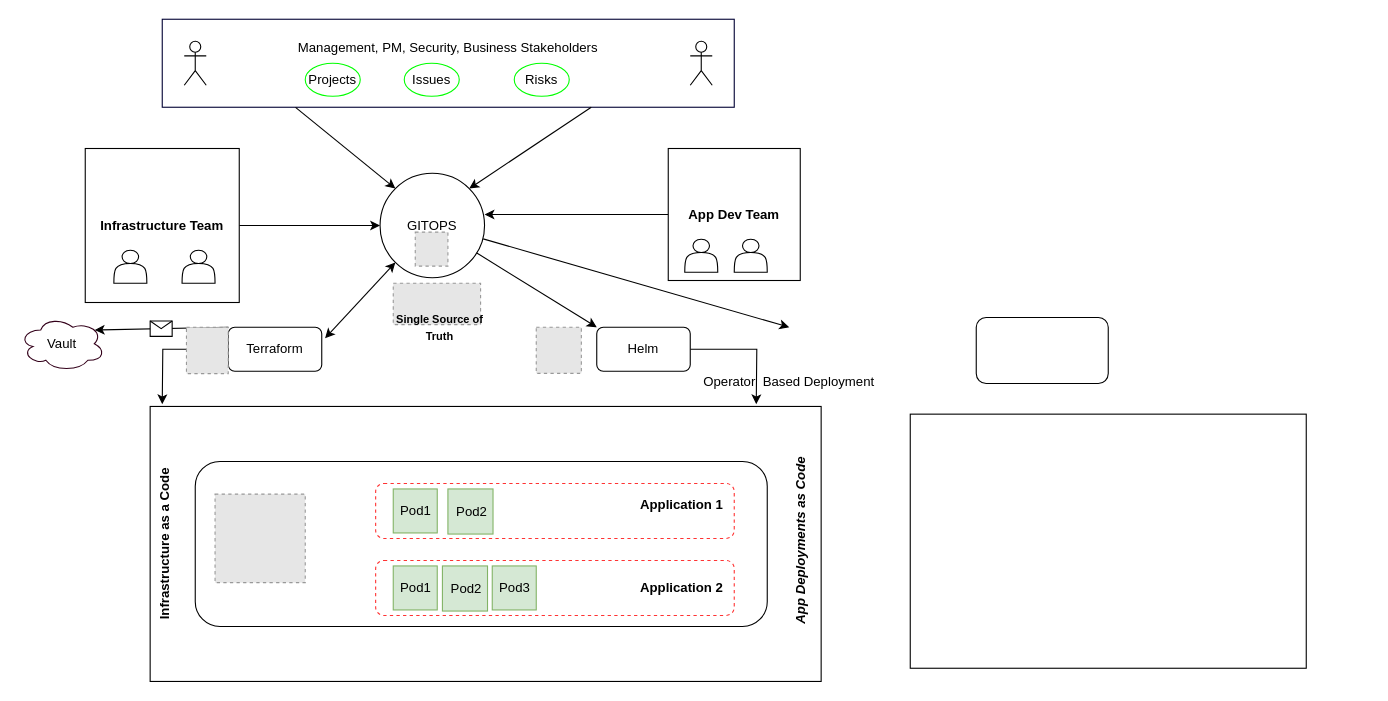
The draw.io diagram Untitled Diagram.drawio in Bhoopesh123/kubernetes, before the edit. Source tidied: cells renumbered, new cells numbered last; positions are measured from the earlier drawing's top-left corner, leaving out a move shared by most shapes. Both pictures are drawn from the tidied source at 110%, with x=0, y=0 at pixel (19, 19). Pictures stored in the file or linked from it are replaced by grey dashed boxes.
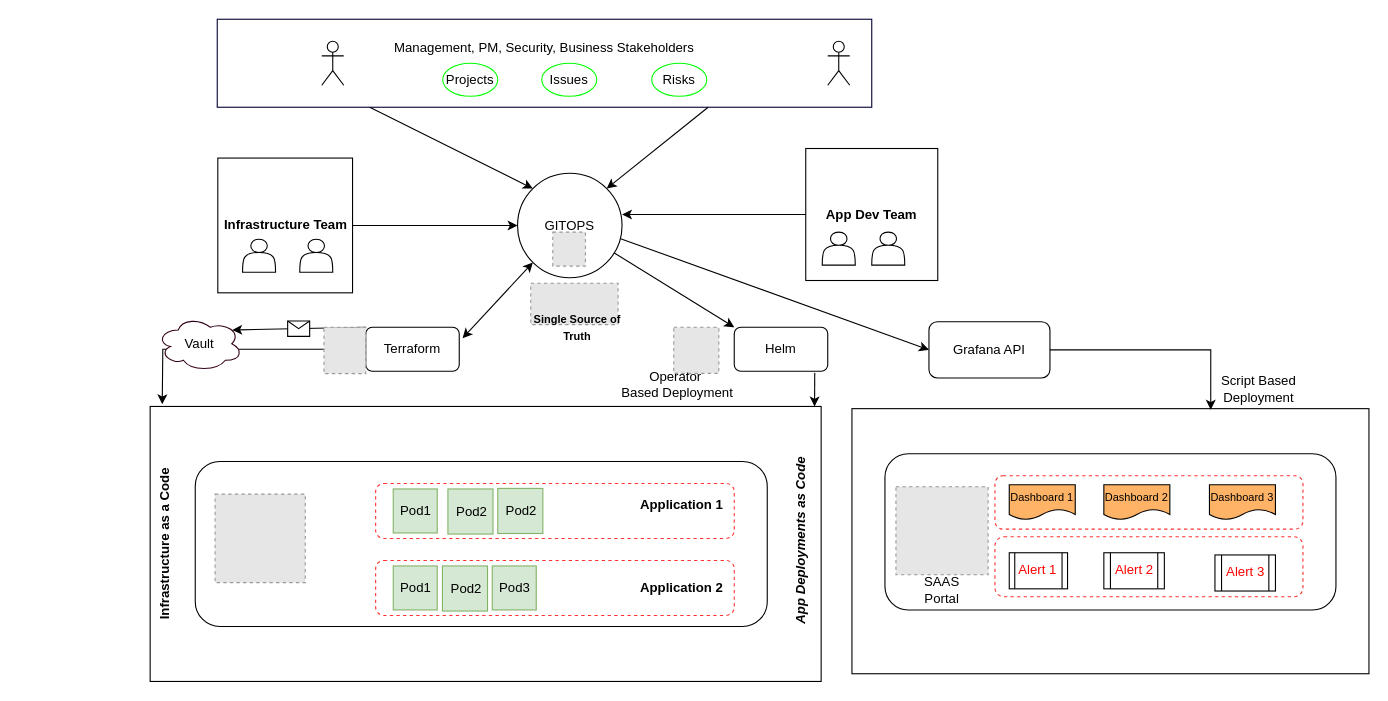
The same page after the edit.

What changed in the source:
```diff
@@
     <mxCell id="2" value="GITOPS&lt;br&gt;" style="ellipse;whiteSpace=wrap;html=1;" parent="1" vertex="1">
-      <mxGeometry x="328" y="140" width="95" height="95" as="geometry" />
+      <mxGeometry x="453" y="140" width="95" height="95" as="geometry" />
     </mxCell>
     <mxCell id="3" value="Management, PM, Security, Business Stakeholders&lt;br&gt;&lt;br&gt;&lt;br&gt;" style="rounded=0;whiteSpace=wrap;html=1;strokeColor=#000033;" parent="1" vertex="1">
-      <mxGeometry x="130" width="520" height="80" as="geometry" />
+      <mxGeometry x="180" width="595" height="80" as="geometry" />
     </mxCell>
     <mxCell id="4" style="shape=umlActor;verticalLabelPosition=bottom;verticalAlign=top;html=1;" parent="1" vertex="1">
-      <mxGeometry x="150" y="20" width="20" height="40" as="geometry" />
+      <mxGeometry x="275" y="20" width="20" height="40" as="geometry" />
     </mxCell>
     <mxCell id="5" style="shape=umlActor;verticalLabelPosition=bottom;verticalAlign=top;html=1;" parent="1" vertex="1">
-      <mxGeometry x="610" y="20" width="20" height="40" as="geometry" />
+      <mxGeometry x="735" y="20" width="20" height="40" as="geometry" />
     </mxCell>
     <mxCell id="6" value="Projects" style="ellipse;whiteSpace=wrap;html=1;strokeColor=#00FF00;" parent="1" vertex="1">
-      <mxGeometry x="260" y="40" width="50" height="30" as="geometry" />
+      <mxGeometry x="385" y="40" width="50" height="30" as="geometry" />
     </mxCell>
     <mxCell id="7" value="Issues" style="ellipse;whiteSpace=wrap;html=1;strokeColor=#00FF00;" parent="1" vertex="1">
-      <mxGeometry x="350" y="40" width="50" height="30" as="geometry" />
+      <mxGeometry x="475" y="40" width="50" height="30" as="geometry" />
     </mxCell>
     <mxCell id="8" value="Risks" style="ellipse;whiteSpace=wrap;html=1;strokeColor=#00FF00;" parent="1" vertex="1">
-      <mxGeometry x="450" y="40" width="50" height="30" as="geometry" />
+      <mxGeometry x="575" y="40" width="50" height="30" as="geometry" />
     </mxCell>
     <mxCell id="9" style="fillColor=#E6E6E6;strokeColor=#999999;dashed=1;verticalLabelPosition=bottom;labelBackgroundColor=#ffffff;verticalAlign=top;" parent="1" vertex="1">
-      <mxGeometry x="360" y="193.5" width="29.7" height="30.9" as="geometry" />
+      <mxGeometry x="485" y="193.5" width="29.7" height="30.9" as="geometry" />
     </mxCell>
     <mxCell id="10" style="edgeStyle=orthogonalEdgeStyle;rounded=0;jettySize=auto;html=1;entryX=1;entryY=0.5;entryDx=0;entryDy=0;" parent="1" edge="1" source="11">
       <mxGeometry relative="1" as="geometry">
-        <mxPoint x="423" y="177.5" as="targetPoint" />
+        <mxPoint x="548" y="177.5" as="targetPoint" />
       </mxGeometry>
     </mxCell>
     <mxCell id="11" value="&lt;b&gt;App Dev Team&lt;/b&gt;" style="whiteSpace=wrap;html=1;" parent="1" vertex="1">
-      <mxGeometry x="590" y="117.5" width="120" height="120" as="geometry" />
+      <mxGeometry x="715" y="117.5" width="120" height="120" as="geometry" />
     </mxCell>
@@
     <mxCell id="13" value="&lt;b&gt;Infrastructure Team&lt;/b&gt;" style="whiteSpace=wrap;html=1;" parent="1" vertex="1">
-      <mxGeometry x="60" y="117.5" width="140" height="140" as="geometry" />
+      <mxGeometry x="180.5" y="126.2" width="122.5" height="122.5" as="geometry" />
     </mxCell>
     <mxCell id="14" style="shape=actor;whiteSpace=wrap;html=1;" parent="1" vertex="1">
-      <mxGeometry x="86" y="210" width="30" height="30" as="geometry" />
+      <mxGeometry x="203" y="200" width="30" height="30" as="geometry" />
     </mxCell>
     <mxCell id="15" style="shape=actor;whiteSpace=wrap;html=1;" parent="1" vertex="1">
-      <mxGeometry x="650" y="200" width="30" height="30" as="geometry" />
+      <mxGeometry x="775" y="193.5" width="30" height="30" as="geometry" />
     </mxCell>
     <mxCell id="16" style="shape=actor;whiteSpace=wrap;html=1;" parent="1" vertex="1">
-      <mxGeometry x="605" y="200" width="30" height="30" as="geometry" />
+      <mxGeometry x="730" y="193.5" width="30" height="30" as="geometry" />
     </mxCell>
     <mxCell id="17" style="shape=actor;whiteSpace=wrap;html=1;" parent="1" vertex="1">
-      <mxGeometry x="148" y="210" width="30" height="30" as="geometry" />
+      <mxGeometry x="255" y="200" width="30" height="30" as="geometry" />
     </mxCell>
@@
     <mxCell id="19" value="Terraform" style="rounded=1;whiteSpace=wrap;html=1;" parent="1" vertex="1">
-      <mxGeometry x="190" y="280" width="85" height="40" as="geometry" />
+      <mxGeometry x="315" y="280" width="85" height="40" as="geometry" />
     </mxCell>
-    <mxCell id="20" style="edgeStyle=orthogonalEdgeStyle;rounded=0;jettySize=auto;html=1;" parent="1" edge="1" source="21">
-      <mxGeometry relative="1" as="geometry">
-        <mxPoint x="670" y="350" as="targetPoint" />
-      </mxGeometry>
-    </mxCell>
     <mxCell id="21" value="Helm" style="rounded=1;whiteSpace=wrap;html=1;" parent="1" vertex="1">
-      <mxGeometry x="525" y="280" width="85" height="40" as="geometry" />
+      <mxGeometry x="650" y="280" width="85" height="40" as="geometry" />
     </mxCell>
@@
     <mxCell id="33" style="endArrow=classic;startArrow=classic;html=1;entryX=0;entryY=1;entryDx=0;entryDy=0;" parent="1" edge="1" target="2">
       <mxGeometry relative="1" as="geometry">
-        <mxPoint x="278" y="290" as="sourcePoint" />
+        <mxPoint x="403" y="290" as="sourcePoint" />
       </mxGeometry>
     </mxCell>
@@
     <mxCell id="35" value="Vault" style="ellipse;shape=cloud;whiteSpace=wrap;html=1;strokeColor=#33001A;align=center;" parent="1" vertex="1">
-      <mxGeometry y="270" width="78" height="50" as="geometry" />
+      <mxGeometry x="125" y="270" width="78" height="50" as="geometry" />
     </mxCell>
@@
     <mxCell id="38" style="fillColor=#E6E6E6;strokeColor=#999999;dashed=1;verticalLabelPosition=bottom;labelBackgroundColor=#ffffff;verticalAlign=top;" parent="1" vertex="1">
-      <mxGeometry x="470" y="280" width="41" height="41.9" as="geometry" />
+      <mxGeometry x="595" y="280" width="41" height="41.9" as="geometry" />
     </mxCell>
     <mxCell id="39" style="fillColor=#E6E6E6;strokeColor=#999999;dashed=1;verticalLabelPosition=bottom;labelBackgroundColor=#ffffff;verticalAlign=top;" parent="1" vertex="1">
-      <mxGeometry x="152" y="280" width="38" height="42.2" as="geometry" />
+      <mxGeometry x="277" y="280" width="38" height="42.2" as="geometry" />
     </mxCell>
     <mxCell id="40" style="fillColor=#E6E6E6;strokeColor=#999999;dashed=1;verticalLabelPosition=bottom;labelBackgroundColor=#ffffff;verticalAlign=top;" parent="1" vertex="1">
-      <mxGeometry x="340" y="240" width="79.4" height="37.6" as="geometry" />
+      <mxGeometry x="465" y="240" width="79.4" height="37.6" as="geometry" />
     </mxCell>
     <mxCell id="41" value="&lt;font size=&quot;1&quot;&gt;&lt;b&gt;Single Source of Truth&lt;/b&gt;&lt;/font&gt;" style="text;html=1;strokeColor=none;fillColor=none;align=center;verticalAlign=middle;whiteSpace=wrap;rounded=0;" parent="1" vertex="1">
-      <mxGeometry x="340" y="270" width="84.5" height="20" as="geometry" />
+      <mxGeometry x="465" y="270" width="84.5" height="20" as="geometry" />
     </mxCell>
@@
-    <mxCell id="46" value="Operator&amp;nbsp; Based Deployment" style="text;html=1;strokeColor=none;fillColor=none;align=center;verticalAlign=middle;whiteSpace=wrap;rounded=0;" parent="1" vertex="1">
-      <mxGeometry x="610" y="320" width="180" height="20" as="geometry" />
+    <mxCell id="46" value="Operator&amp;nbsp; &lt;br&gt;Based Deployment" style="text;html=1;strokeColor=none;fillColor=none;align=center;verticalAlign=middle;whiteSpace=wrap;rounded=0;" parent="1" vertex="1">
+      <mxGeometry x="525.5" y="322.2" width="144.5" height="20" as="geometry" />
     </mxCell>
-    <mxCell id="47" style="endArrow=classic;html=1;exitX=0.987;exitY=0.628;exitDx=0;exitDy=0;exitPerimeter=0;" parent="1" edge="1" source="2">
-      <mxGeometry relative="1" as="geometry">
-        <mxPoint x="700" y="280" as="targetPoint" />
-      </mxGeometry>
-    </mxCell>
     <mxCell id="48" style="rounded=0;whiteSpace=wrap;html=1;" parent="1" vertex="1">
-      <mxGeometry x="810" y="359" width="360" height="231" as="geometry" />
+      <mxGeometry x="757" y="354" width="470" height="241" as="geometry" />
     </mxCell>
-    <mxCell id="49" style="rounded=1;whiteSpace=wrap;html=1;" parent="1" vertex="1">
-      <mxGeometry x="870" y="271.1" width="120" height="60" as="geometry" />
+    <mxCell id="49" value="Grafana API" style="rounded=1;whiteSpace=wrap;html=1;" parent="1" vertex="1">
+      <mxGeometry x="827" y="275" width="110" height="51.1" as="geometry" />
     </mxCell>
+    <mxCell id="50" style="edgeStyle=orthogonalEdgeStyle;rounded=0;jettySize=auto;html=1;exitX=1;exitY=0.5;exitDx=0;exitDy=0;entryX=0.694;entryY=0.004;entryDx=0;entryDy=0;entryPerimeter=0;" parent="1" edge="1" source="49" target="48">
+      <mxGeometry relative="1" as="geometry" />
+    </mxCell>
+    <mxCell id="51" value="Script Based &lt;br&gt;Deployment" style="text;html=1;strokeColor=none;fillColor=none;align=center;verticalAlign=middle;whiteSpace=wrap;rounded=0;" parent="1" vertex="1">
+      <mxGeometry x="1037" y="326.1" width="180" height="20" as="geometry" />
+    </mxCell>
+    <mxCell id="52" style="endArrow=classic;html=1;entryX=0;entryY=0.5;entryDx=0;entryDy=0;exitX=0.986;exitY=0.626;exitDx=0;exitDy=0;exitPerimeter=0;" parent="1" edge="1" source="2" target="49">
+      <mxGeometry relative="1" as="geometry" />
+    </mxCell>
+    <mxCell id="53" style="rounded=1;whiteSpace=wrap;html=1;align=right;" parent="1" vertex="1">
+      <mxGeometry x="787" y="395" width="410" height="142" as="geometry" />
+    </mxCell>
+    <mxCell id="54" style="fillColor=#E6E6E6;strokeColor=#999999;dashed=1;verticalLabelPosition=bottom;labelBackgroundColor=#ffffff;verticalAlign=top;" parent="1" vertex="1">
+      <mxGeometry x="797" y="425" width="83.8" height="80" as="geometry" />
+    </mxCell>
+    <mxCell id="55" style="rounded=1;whiteSpace=wrap;html=1;align=right;dashed=1;strokeColor=#FF3333;" parent="1" vertex="1">
+      <mxGeometry x="887" y="415" width="280" height="48.5" as="geometry" />
+    </mxCell>
+    <mxCell id="56" style="rounded=1;whiteSpace=wrap;html=1;align=right;dashed=1;strokeColor=#FF3333;" parent="1" vertex="1">
+      <mxGeometry x="887" y="470.5" width="280" height="54.5" as="geometry" />
+    </mxCell>
+    <mxCell id="57" value="SAAS Portal" style="text;html=1;strokeColor=none;fillColor=none;align=center;verticalAlign=middle;whiteSpace=wrap;rounded=0;" parent="1" vertex="1">
+      <mxGeometry x="818.9" y="512" width="40" height="13" as="geometry" />
+    </mxCell>
+    <mxCell id="58" value="&lt;font style=&quot;font-size: 10px&quot;&gt;Dashboard 1&lt;/font&gt;" style="shape=document;whiteSpace=wrap;html=1;boundedLbl=1;fillColor=#FFB366;" parent="1" vertex="1">
+      <mxGeometry x="900" y="423.2" width="60" height="31.8" as="geometry" />
+    </mxCell>
+    <mxCell id="59" value="&lt;font style=&quot;font-size: 10px&quot;&gt;Dashboard 2&lt;/font&gt;" style="shape=document;whiteSpace=wrap;html=1;boundedLbl=1;fillColor=#FFB366;" parent="1" vertex="1">
+      <mxGeometry x="986" y="423.2" width="60" height="31.8" as="geometry" />
+    </mxCell>
+    <mxCell id="60" value="&lt;font style=&quot;font-size: 10px&quot;&gt;Dashboard 3&lt;/font&gt;" style="shape=document;whiteSpace=wrap;html=1;boundedLbl=1;fillColor=#FFB366;" parent="1" vertex="1">
+      <mxGeometry x="1082" y="423.2" width="60" height="31.8" as="geometry" />
+    </mxCell>
+    <mxCell id="61" value="&lt;font color=&quot;#ff0000&quot;&gt;Alert 1&lt;/font&gt;" style="shape=process;whiteSpace=wrap;html=1;backgroundOutline=1;" parent="1" vertex="1">
+      <mxGeometry x="900" y="485" width="53" height="32.8" as="geometry" />
+    </mxCell>
+    <mxCell id="62" value="&lt;font color=&quot;#ff0000&quot;&gt;Alert 2&lt;/font&gt;" style="shape=process;whiteSpace=wrap;html=1;backgroundOutline=1;" parent="1" vertex="1">
+      <mxGeometry x="986" y="485" width="55" height="32.8" as="geometry" />
+    </mxCell>
+    <mxCell id="63" value="&lt;font color=&quot;#ff0000&quot;&gt;Alert 3&lt;/font&gt;" style="shape=process;whiteSpace=wrap;html=1;backgroundOutline=1;" parent="1" vertex="1">
+      <mxGeometry x="1087" y="487" width="55" height="32.8" as="geometry" />
+    </mxCell>
+    <mxCell id="64" style="endArrow=classic;html=1;exitX=0.861;exitY=1.037;exitDx=0;exitDy=0;exitPerimeter=0;" parent="1" edge="1" source="21">
+      <mxGeometry relative="1" as="geometry">
+        <mxPoint x="723" y="352" as="targetPoint" />
+      </mxGeometry>
+    </mxCell>
+    <mxCell id="65" value="Pod2&amp;nbsp;" style="whiteSpace=wrap;html=1;align=right;strokeColor=#82b366;fillColor=#d5e8d4;" parent="1" vertex="1">
+      <mxGeometry x="435" y="426.5" width="41" height="41" as="geometry" />
+    </mxCell>
```
